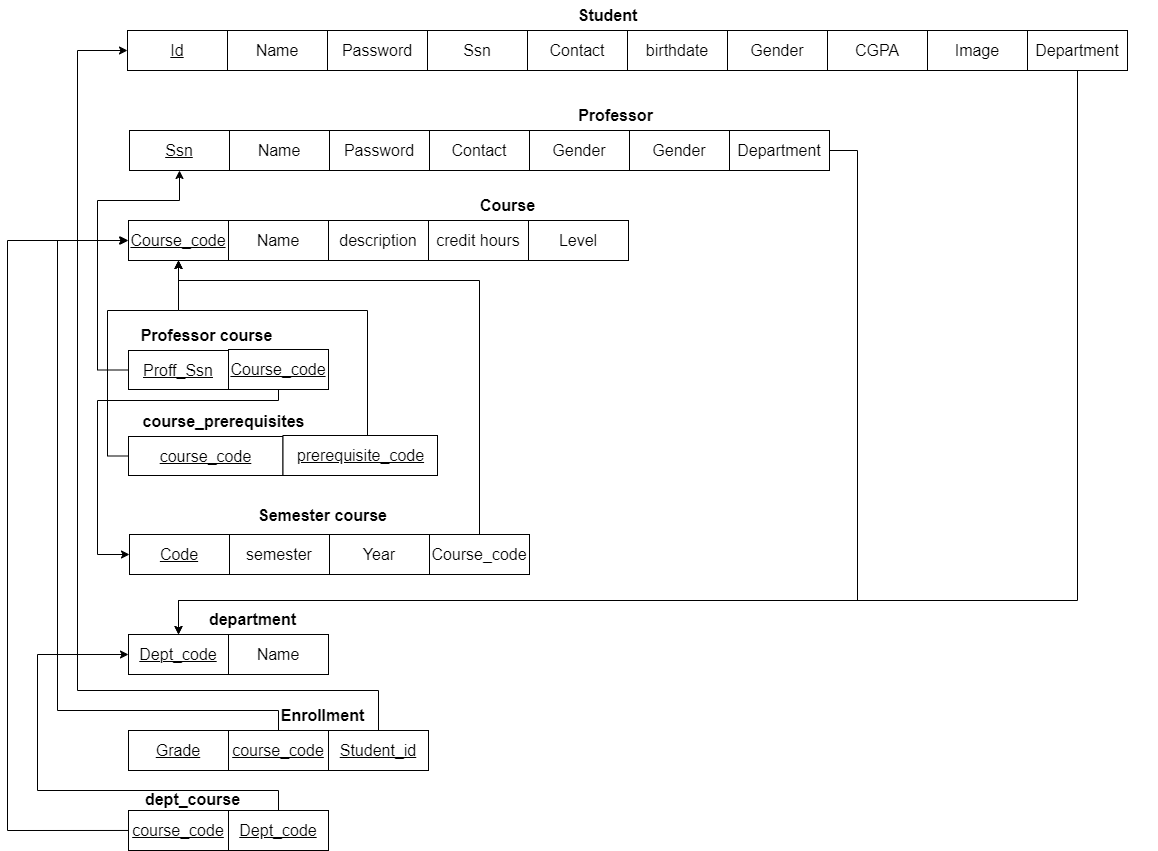
The draw.io diagram diagrams/Mapping.png in DiaaAhmedHassan/university_system, before a commit. Source tidied: cells renumbered, new cells last; positions are measured from the earlier drawing's top-left corner, leaving out a move shared by most shapes.
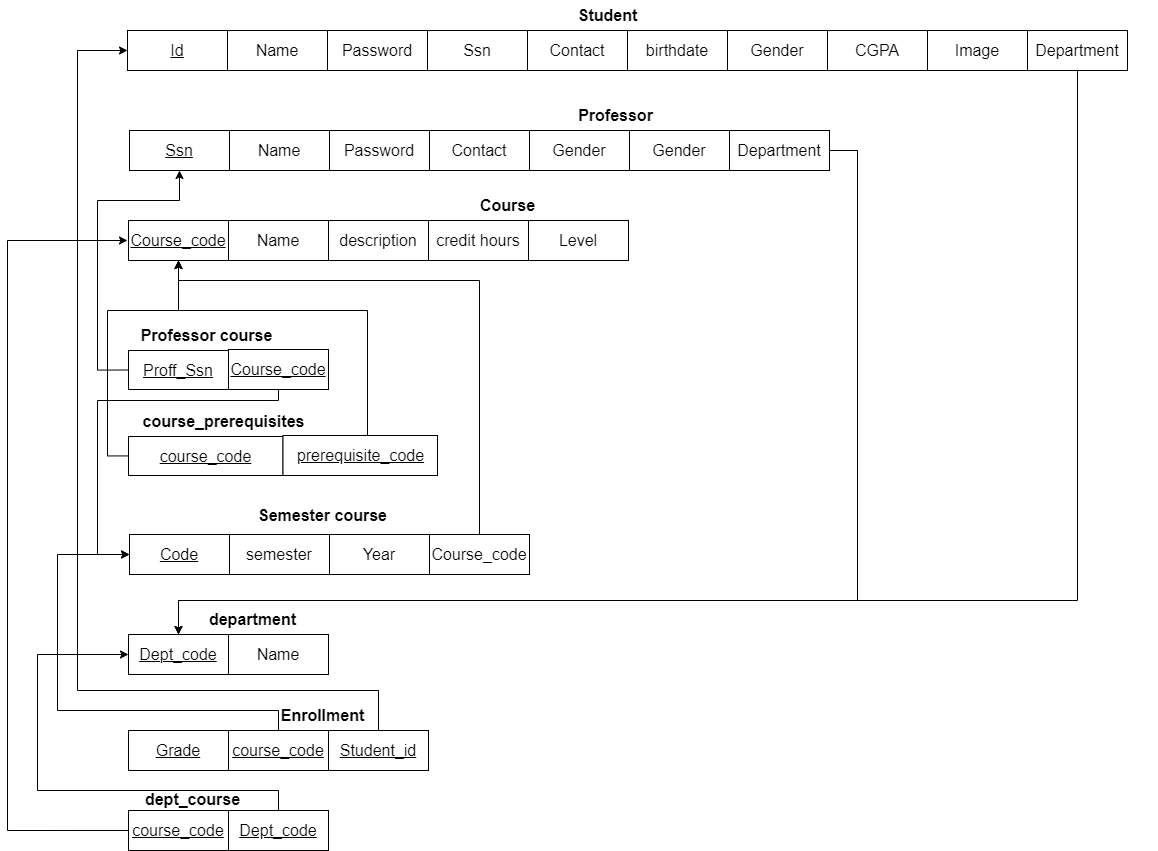
After the change.

Change to the diagram source:
```diff
@@ -200,12 +200,12 @@
     <mxCell id="56" value="&lt;font style=&quot;font-size: 16px;&quot;&gt;&lt;u&gt;Grade&lt;/u&gt;&lt;/font&gt;" style="rounded=0;whiteSpace=wrap;html=1;" parent="1" vertex="1">
       <mxGeometry x="121" y="730" width="100" height="40" as="geometry" />
     </mxCell>
-    <mxCell id="57" style="edgeStyle=orthogonalEdgeStyle;rounded=0;jettySize=auto;html=1;entryX=0;entryY=0.5;entryDx=0;entryDy=0;" parent="1" edge="1" source="58" target="50">
+    <mxCell id="57" style="edgeStyle=orthogonalEdgeStyle;rounded=0;jettySize=auto;html=1;entryX=0;entryY=0.5;entryDx=0;entryDy=0;" parent="1" edge="1" source="58" target="27">
       <mxGeometry relative="1" as="geometry">
         <Array as="points">
           <mxPoint x="271" y="710" />
           <mxPoint x="50" y="710" />
-          <mxPoint x="50" y="240" />
+          <mxPoint x="50" y="554" />
         </Array>
       </mxGeometry>
     </mxCell>
```
